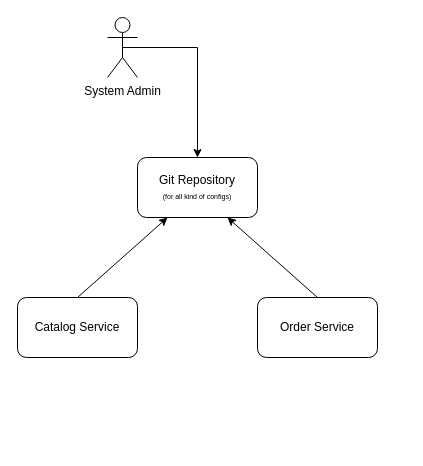
Above: page "decopeling-configuration-from-deployment" (1 of 8) of spring-cloud-hot-reloading/architecture.drawio.xml in mlkmhd/devops-diagrams (draw.io), before the change. Source tidied: cells renumbered, new cells numbered last; positions are measured from the earlier drawing's top-left corner, leaving out a move shared by most shapes. Both pictures are drawn from the tidied source at 100%, with x=0, y=0 at pixel (17, 17).
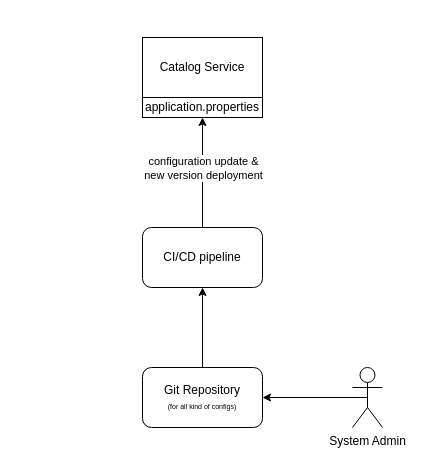
After the change.

Diff of the diagram source:
```diff
@@
 <mxGraphModel>
   <root>
     <mxCell id="0" />
     <mxCell id="1" parent="0" />
-    <mxCell id="2" value="Catalog Service" style="rounded=1;whiteSpace=wrap;html=1;" parent="1" vertex="1">
-      <mxGeometry y="280" width="120" height="60" as="geometry" />
+    <mxCell id="2" value="Catalog Service" style="rounded=0;whiteSpace=wrap;html=1;" parent="1" vertex="1">
+      <mxGeometry x="125" y="20" width="120" height="60" as="geometry" />
     </mxCell>
-    <mxCell id="3" value="Order Service" style="rounded=1;whiteSpace=wrap;html=1;" parent="1" vertex="1">
-      <mxGeometry x="240" y="280" width="120" height="60" as="geometry" />
-    </mxCell>
     <mxCell id="4" value="Git Repository&lt;br&gt;&lt;font style=&quot;font-size: 7px;&quot;&gt;(for all kind of configs)&lt;/font&gt;" style="rounded=1;whiteSpace=wrap;html=1;" parent="1" vertex="1">
-      <mxGeometry x="120" y="140" width="120" height="60" as="geometry" />
+      <mxGeometry x="125" y="350" width="120" height="60" as="geometry" />
     </mxCell>
-    <mxCell id="5" style="endArrow=classic;html=1;rounded=0;entryX=0.25;entryY=1;entryDx=0;entryDy=0;exitX=0.5;exitY=0;exitDx=0;exitDy=0;" parent="1" edge="1" source="2" target="4">
-      <mxGeometry relative="1" as="geometry" />
-    </mxCell>
-    <mxCell id="6" style="endArrow=classic;html=1;rounded=0;entryX=0.75;entryY=1;entryDx=0;entryDy=0;exitX=0.5;exitY=0;exitDx=0;exitDy=0;" parent="1" edge="1" source="3" target="4">
-      <mxGeometry relative="1" as="geometry" />
-    </mxCell>
     <mxCell id="7" value="System Admin" style="shape=umlActor;verticalLabelPosition=bottom;verticalAlign=top;html=1;outlineConnect=0;" parent="1" vertex="1">
-      <mxGeometry x="90" width="30" height="60" as="geometry" />
+      <mxGeometry x="335" y="350" width="30" height="60" as="geometry" />
     </mxCell>
+    <mxCell id="9" value="application.properties" style="rounded=0;whiteSpace=wrap;html=1;" parent="1" vertex="1">
+      <mxGeometry x="125" y="80" width="120" height="20" as="geometry" />
+    </mxCell>
+    <mxCell id="10" value="CI/CD pipeline" style="rounded=1;whiteSpace=wrap;html=1;" parent="1" vertex="1">
+      <mxGeometry x="125" y="210" width="120" height="60" as="geometry" />
+    </mxCell>
-    <mxCell id="8" style="endArrow=classic;html=1;rounded=0;exitX=0.5;exitY=0.5;exitDx=0;exitDy=0;exitPerimeter=0;entryX=0.5;entryY=0;entryDx=0;entryDy=0;" parent="1" edge="1" source="7" target="4">
-      <mxGeometry relative="1" as="geometry">
-        <Array as="points">
-          <mxPoint x="180" y="30" />
-        </Array>
-      </mxGeometry>
+    <mxCell id="8" style="endArrow=classic;html=1;rounded=0;entryX=1;entryY=0.5;entryDx=0;entryDy=0;exitX=0.5;exitY=0.5;exitDx=0;exitDy=0;exitPerimeter=0;" parent="1" edge="1" source="7" target="4">
+      <mxGeometry relative="1" as="geometry" />
     </mxCell>
+    <mxCell id="11" style="endArrow=classic;html=1;rounded=0;entryX=0.5;entryY=1;entryDx=0;entryDy=0;exitX=0.5;exitY=0;exitDx=0;exitDy=0;" parent="1" edge="1" source="4" target="10">
+      <mxGeometry relative="1" as="geometry" />
+    </mxCell>
+    <mxCell id="12" style="endArrow=classic;html=1;rounded=0;entryX=0.5;entryY=1;entryDx=0;entryDy=0;exitX=0.5;exitY=0;exitDx=0;exitDy=0;" parent="1" edge="1" source="10" target="9">
+      <mxGeometry relative="1" as="geometry" />
+    </mxCell>
+    <mxCell id="13" value="configuration update &amp;amp;&lt;br style=&quot;border-color: var(--border-color);&quot;&gt;new version deployment" style="edgeLabel;html=1;align=center;verticalAlign=middle;" parent="12" vertex="1">
+      <mxGeometry x="0.58" relative="1" as="geometry">
+        <mxPoint y="27" as="offset" />
+      </mxGeometry>
+    </mxCell>
   </root>
 </mxGraphModel>
```
